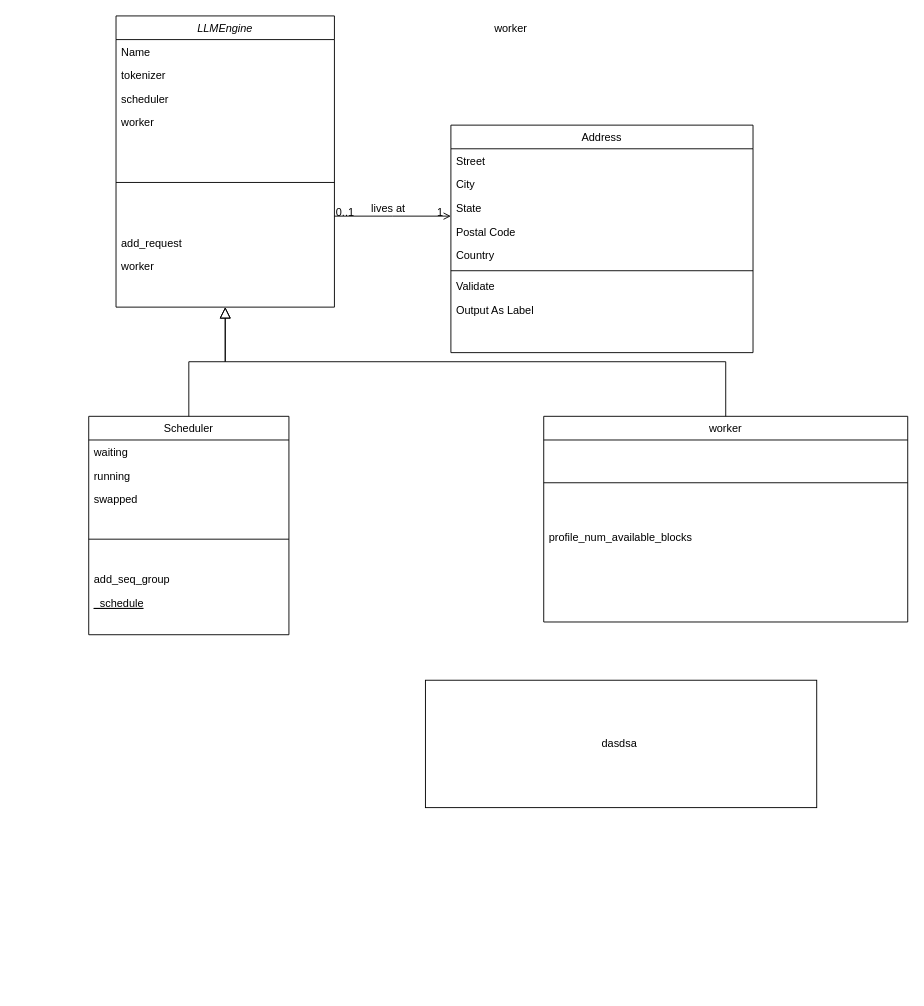
Before: page "Page-1" (1 of 2) of 未命名绘图.drawio in lileilai/MyBlog, a draw.io diagram. Source tidied: cells renumbered, new cells numbered last; positions are measured from the earlier drawing's top-left corner, leaving out a move shared by most shapes. Both pictures are drawn from the tidied source at 91%, with x=0, y=0 at pixel (88, 15).
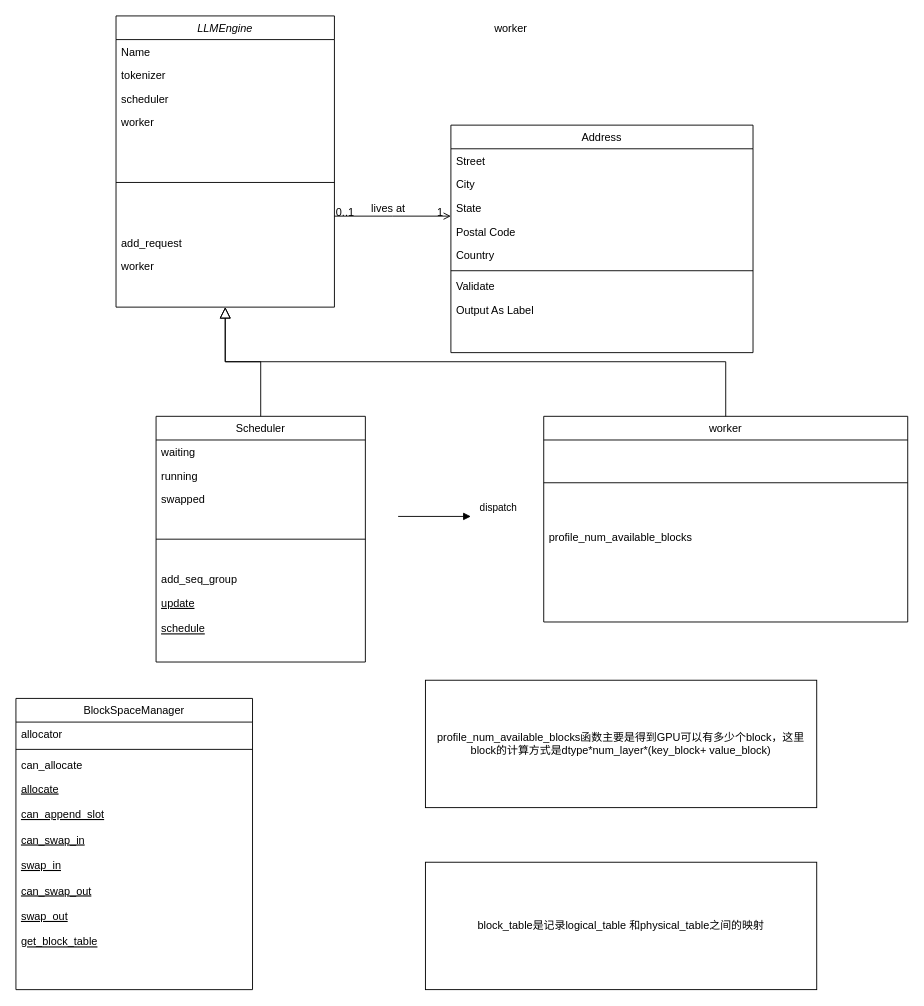
The same diagram, later.

Commit message:
更新未命名绘图.drawio

Diff of the diagram source:
```diff
@@
     <mxCell id="10" value="Scheduler" style="swimlane;fontStyle=0;align=center;verticalAlign=top;horizontal=1;startSize=26;rounded=0;shadow=0;strokeWidth=1;" parent="1" vertex="1">
-      <mxGeometry y="440" width="220" height="240" as="geometry" />
+      <mxGeometry x="74" y="440" width="230" height="270" as="geometry" />
     </mxCell>
     <mxCell id="11" value="waiting" style="text;align=left;verticalAlign=top;spacingLeft=4;spacingRight=4;overflow=hidden;" parent="10" vertex="1">
-      <mxGeometry y="26" width="220" height="26" as="geometry" />
+      <mxGeometry y="26" width="230" height="26" as="geometry" />
     </mxCell>
     <mxCell id="12" value="running" style="text;align=left;verticalAlign=top;spacingLeft=4;spacingRight=4;overflow=hidden;rounded=0;shadow=0;html=0;" parent="10" vertex="1">
-      <mxGeometry y="52" width="220" height="26" as="geometry" />
+      <mxGeometry y="52" width="230" height="26" as="geometry" />
     </mxCell>
     <mxCell id="13" value="swapped" style="text;align=left;verticalAlign=top;spacingLeft=4;spacingRight=4;overflow=hidden;rounded=0;shadow=0;html=0;" parent="10" vertex="1">
-      <mxGeometry y="78" width="220" height="26" as="geometry" />
+      <mxGeometry y="78" width="230" height="26" as="geometry" />
     </mxCell>
     <mxCell id="14" style="line;html=1;strokeWidth=1;align=left;verticalAlign=middle;spacingTop=-1;spacingLeft=3;spacingRight=3;labelPosition=right;" parent="10" vertex="1">
-      <mxGeometry y="104" width="220" height="62" as="geometry" />
+      <mxGeometry y="104" width="230" height="62" as="geometry" />
     </mxCell>
     <mxCell id="15" value="add_seq_group" style="text;align=left;verticalAlign=top;spacingLeft=4;spacingRight=4;overflow=hidden;" parent="10" vertex="1">
-      <mxGeometry y="166" width="220" height="26" as="geometry" />
+      <mxGeometry y="166" width="230" height="26" as="geometry" />
     </mxCell>
-    <mxCell id="16" value="_schedule" style="text;align=left;verticalAlign=top;spacingLeft=4;spacingRight=4;overflow=hidden;fontStyle=4;" parent="10" vertex="1">
-      <mxGeometry y="192" width="220" height="48" as="geometry" />
+    <mxCell id="16" value="update" style="text;align=left;verticalAlign=top;spacingLeft=4;spacingRight=4;overflow=hidden;fontStyle=4;" parent="10" vertex="1">
+      <mxGeometry y="192" width="230" height="28" as="geometry" />
     </mxCell>
+    <mxCell id="37" value="schedule" style="text;align=left;verticalAlign=top;spacingLeft=4;spacingRight=4;overflow=hidden;fontStyle=4;" parent="10" vertex="1">
+      <mxGeometry y="220" width="230" height="28" as="geometry" />
+    </mxCell>
@@
-    <mxCell id="36" value="dasdsa&amp;nbsp;" style="whiteSpace=wrap;html=1;" parent="1" vertex="1">
+    <mxCell id="36" value="profile_num_available_blocks函数主要是得到GPU可以有多少个block，这里block的计算方式是dtype*num_layer*(key_block+ value_block)" style="whiteSpace=wrap;html=1;" parent="1" vertex="1">
       <mxGeometry x="370" y="730" width="430" height="140" as="geometry" />
     </mxCell>
+    <mxCell id="38" value="BlockSpaceManager" style="swimlane;fontStyle=0;align=center;verticalAlign=top;horizontal=1;startSize=26;rounded=0;shadow=0;strokeWidth=1;" parent="1" vertex="1">
+      <mxGeometry x="-80" y="750" width="260" height="320" as="geometry" />
+    </mxCell>
+    <mxCell id="39" value="allocator" style="text;align=left;verticalAlign=top;spacingLeft=4;spacingRight=4;overflow=hidden;" parent="38" vertex="1">
+      <mxGeometry y="26" width="260" height="26" as="geometry" />
+    </mxCell>
+    <mxCell id="40" style="line;html=1;strokeWidth=1;align=left;verticalAlign=middle;spacingTop=-1;spacingLeft=3;spacingRight=3;labelPosition=right;" parent="38" vertex="1">
+      <mxGeometry y="52" width="260" height="8" as="geometry" />
+    </mxCell>
+    <mxCell id="41" value="can_allocate" style="text;align=left;verticalAlign=top;spacingLeft=4;spacingRight=4;overflow=hidden;" parent="38" vertex="1">
+      <mxGeometry y="60" width="260" height="26" as="geometry" />
+    </mxCell>
+    <mxCell id="42" value="allocate" style="text;align=left;verticalAlign=top;spacingLeft=4;spacingRight=4;overflow=hidden;fontStyle=4;" parent="38" vertex="1">
+      <mxGeometry y="86" width="260" height="28" as="geometry" />
+    </mxCell>
+    <mxCell id="43" value="can_append_slot" style="text;align=left;verticalAlign=top;spacingLeft=4;spacingRight=4;overflow=hidden;fontStyle=4;" parent="38" vertex="1">
+      <mxGeometry y="114" width="260" height="28" as="geometry" />
+    </mxCell>
+    <mxCell id="44" value="can_swap_in" style="text;align=left;verticalAlign=top;spacingLeft=4;spacingRight=4;overflow=hidden;fontStyle=4;" parent="38" vertex="1">
+      <mxGeometry y="142" width="260" height="28" as="geometry" />
+    </mxCell>
+    <mxCell id="45" value="swap_in" style="text;align=left;verticalAlign=top;spacingLeft=4;spacingRight=4;overflow=hidden;fontStyle=4;" parent="38" vertex="1">
+      <mxGeometry y="170" width="260" height="28" as="geometry" />
+    </mxCell>
+    <mxCell id="46" value="can_swap_out" style="text;align=left;verticalAlign=top;spacingLeft=4;spacingRight=4;overflow=hidden;fontStyle=4;" parent="38" vertex="1">
+      <mxGeometry y="198" width="260" height="28" as="geometry" />
+    </mxCell>
+    <mxCell id="47" value="swap_out" style="text;align=left;verticalAlign=top;spacingLeft=4;spacingRight=4;overflow=hidden;fontStyle=4;" parent="38" vertex="1">
+      <mxGeometry y="226" width="260" height="28" as="geometry" />
+    </mxCell>
+    <mxCell id="48" value="get_block_table" style="text;align=left;verticalAlign=top;spacingLeft=4;spacingRight=4;overflow=hidden;fontStyle=4;" parent="38" vertex="1">
+      <mxGeometry y="254" width="260" height="28" as="geometry" />
+    </mxCell>
+    <mxCell id="49" value="dispatch" style="html=1;verticalAlign=bottom;endArrow=block;curved=0;rounded=0;" parent="1" edge="1">
+      <mxGeometry x="1" y="30" relative="1" as="geometry">
+        <mxPoint x="340" y="550" as="sourcePoint" />
+        <mxPoint x="420" y="550" as="targetPoint" />
+        <mxPoint x="30" y="30" as="offset" />
+      </mxGeometry>
+    </mxCell>
+    <mxCell id="50" value="block_table是记录logical_table 和physical_table之间的映射" style="whiteSpace=wrap;html=1;" parent="1" vertex="1">
+      <mxGeometry x="370" y="930" width="430" height="140" as="geometry" />
+    </mxCell>
```
